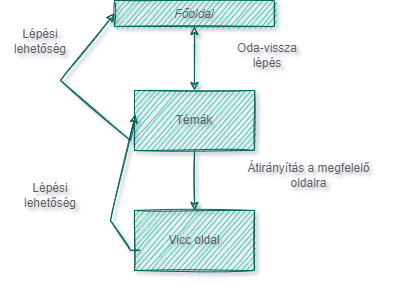
Above: Doc/diagram.png in TechnoLordx/Kapibaratok (draw.io), before the change. Source tidied: cells renumbered, new cells last; positions are measured from the earlier drawing's top-left corner, leaving out a move shared by most shapes.
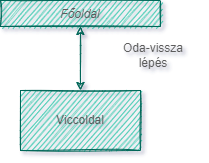
Above is the later version.

Change to the diagram source:
```diff
@@ -8,49 +8,14 @@
     <mxCell id="3" style="rounded=0;whiteSpace=wrap;html=1;sketch=1;fillColor=#21C0A5;strokeColor=#006658;fontColor=#5C5C5C;" parent="1" vertex="1">
       <mxGeometry x="134" y="90" width="120" height="60" as="geometry" />
     </mxCell>
-    <mxCell id="4" value="Témák" style="text;html=1;strokeColor=none;fillColor=none;align=center;verticalAlign=middle;whiteSpace=wrap;rounded=0;sketch=1;fontColor=#5C5C5C;" parent="1" vertex="1">
+    <mxCell id="4" value="Viccoldal" style="text;html=1;strokeColor=none;fillColor=none;align=center;verticalAlign=middle;whiteSpace=wrap;rounded=0;sketch=1;fontColor=#5C5C5C;" parent="1" vertex="1">
       <mxGeometry x="164" y="105" width="60" height="30" as="geometry" />
     </mxCell>
     <mxCell id="5" style="endArrow=classic;startArrow=classic;html=1;rounded=0;entryX=0.5;entryY=1;entryDx=0;entryDy=0;exitX=0.5;exitY=0;exitDx=0;exitDy=0;sketch=1;strokeColor=#006658;fontColor=#5C5C5C;" parent="1" edge="1" source="3" target="2">
       <mxGeometry relative="1" as="geometry" />
     </mxCell>
-    <mxCell id="6" style="rounded=0;whiteSpace=wrap;html=1;sketch=1;fillColor=#21C0A5;strokeColor=#006658;fontColor=#5C5C5C;" parent="1" vertex="1">
-      <mxGeometry x="134" y="210" width="120" height="60" as="geometry" />
-    </mxCell>
     <mxCell id="7" value="Oda-vissza lépés" style="text;html=1;strokeColor=none;fillColor=none;align=center;verticalAlign=middle;whiteSpace=wrap;rounded=0;sketch=1;fontColor=#5C5C5C;" parent="1" vertex="1">
       <mxGeometry x="224" y="40" width="86" height="30" as="geometry" />
     </mxCell>
-    <mxCell id="8" style="endArrow=classic;html=1;rounded=0;entryX=0.5;entryY=0;entryDx=0;entryDy=0;exitX=0.5;exitY=1;exitDx=0;exitDy=0;sketch=1;strokeColor=#006658;fontColor=#5C5C5C;" parent="1" edge="1" source="3" target="6">
-      <mxGeometry relative="1" as="geometry" />
-    </mxCell>
-    <mxCell id="9" value="Vicc oldal" style="text;html=1;strokeColor=none;fillColor=none;align=center;verticalAlign=middle;whiteSpace=wrap;rounded=0;sketch=1;fontColor=#5C5C5C;" parent="1" vertex="1">
-      <mxGeometry x="164" y="225" width="60" height="30" as="geometry" />
-    </mxCell>
-    <mxCell id="10" value="Átirányítás a megfelelő oldalra" style="text;html=1;strokeColor=none;fillColor=none;align=center;verticalAlign=middle;whiteSpace=wrap;rounded=0;sketch=1;fontColor=#5C5C5C;" parent="1" vertex="1">
-      <mxGeometry x="237" y="160" width="143" height="30" as="geometry" />
-    </mxCell>
-    <mxCell id="11" style="endArrow=classic;html=1;rounded=0;entryX=0.008;entryY=0.4;entryDx=0;entryDy=0;entryPerimeter=0;sketch=1;strokeColor=#006658;fontColor=#5C5C5C;" parent="1" edge="1" target="3">
-      <mxGeometry relative="1" as="geometry">
-        <mxPoint x="140" y="250" as="sourcePoint" />
-        <Array as="points">
-          <mxPoint x="130" y="250" />
-          <mxPoint x="110" y="220" />
-        </Array>
-      </mxGeometry>
-    </mxCell>
-    <mxCell id="12" style="endArrow=classic;html=1;rounded=0;exitX=0;exitY=0.5;exitDx=0;exitDy=0;entryX=0;entryY=0.5;entryDx=0;entryDy=0;sketch=1;strokeColor=#006658;fontColor=#5C5C5C;" parent="1" edge="1" source="3" target="2">
-      <mxGeometry relative="1" as="geometry">
-        <Array as="points">
-          <mxPoint x="130" y="140" />
-          <mxPoint x="60" y="80" />
-        </Array>
-      </mxGeometry>
-    </mxCell>
-    <mxCell id="13" value="Lépési lehetőség" style="text;html=1;strokeColor=none;fillColor=none;align=center;verticalAlign=middle;whiteSpace=wrap;rounded=0;sketch=1;fontColor=#5C5C5C;" parent="1" vertex="1">
-      <mxGeometry y="26" width="80" height="30" as="geometry" />
-    </mxCell>
-    <mxCell id="14" value="Lépési lehetőség" style="text;html=1;strokeColor=none;fillColor=none;align=center;verticalAlign=middle;whiteSpace=wrap;rounded=0;sketch=1;fontColor=#5C5C5C;" parent="1" vertex="1">
-      <mxGeometry x="10" y="180" width="80" height="30" as="geometry" />
-    </mxCell>
   </root>
 </mxGraphModel>
```
